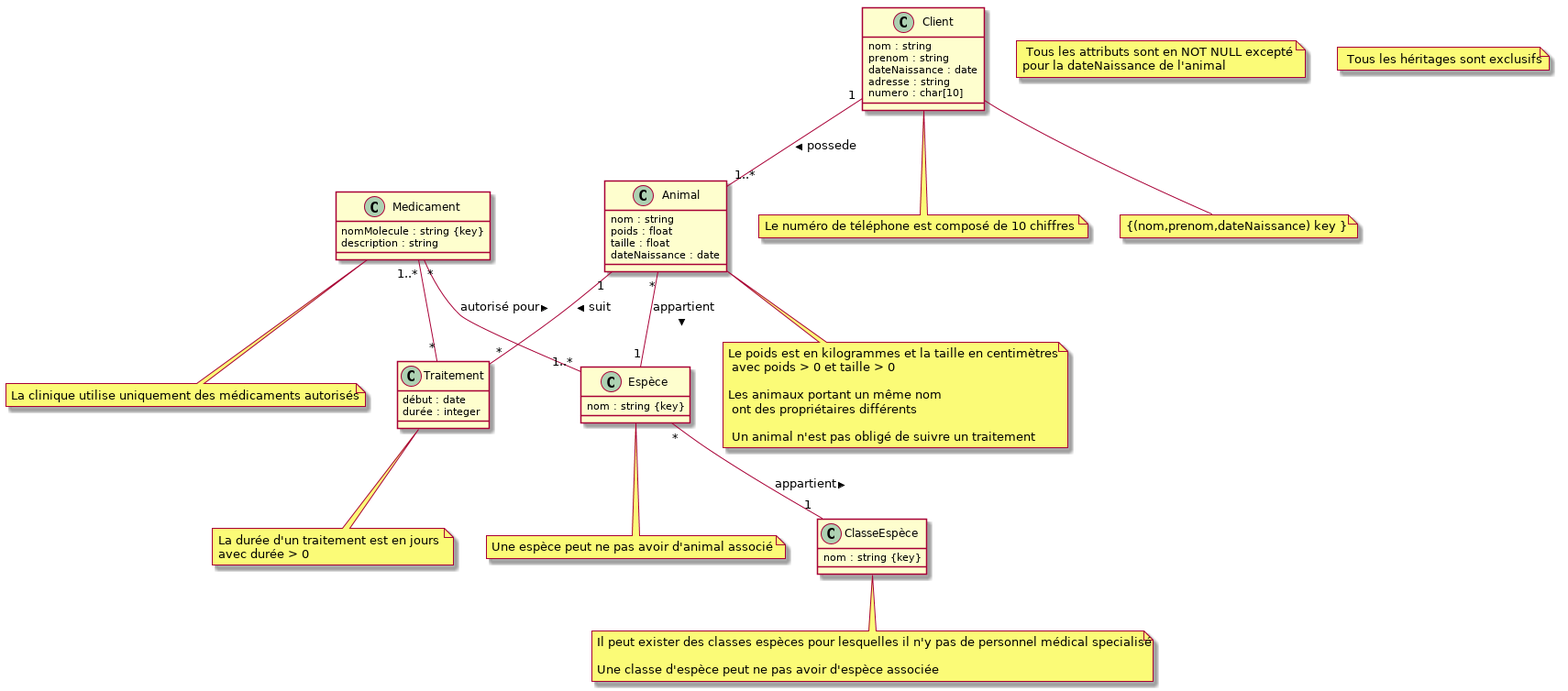
giacat-tran0198/PHP_Veterinary_Clinic keeps this PlantUML diagram as UML_non_relationnel.png. Above is the earlier version.
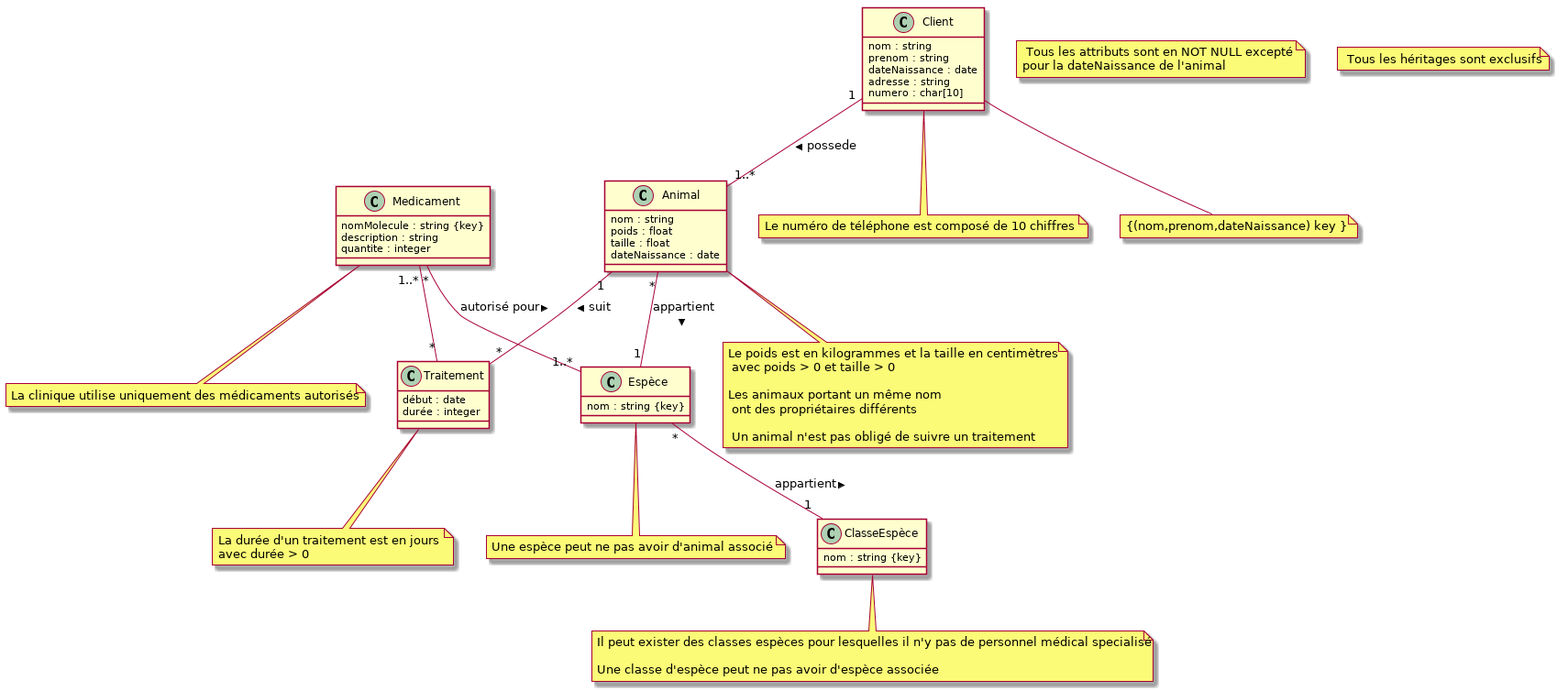
Above is the later version.

Commit message:
UML ajout de quantité à medicament

Change to the diagram source:
```diff
@@ -32,6 +32,7 @@
 class Medicament {
     nomMolecule : string {key}
     description : string
+    quantite : integer
 }
 
 
```
